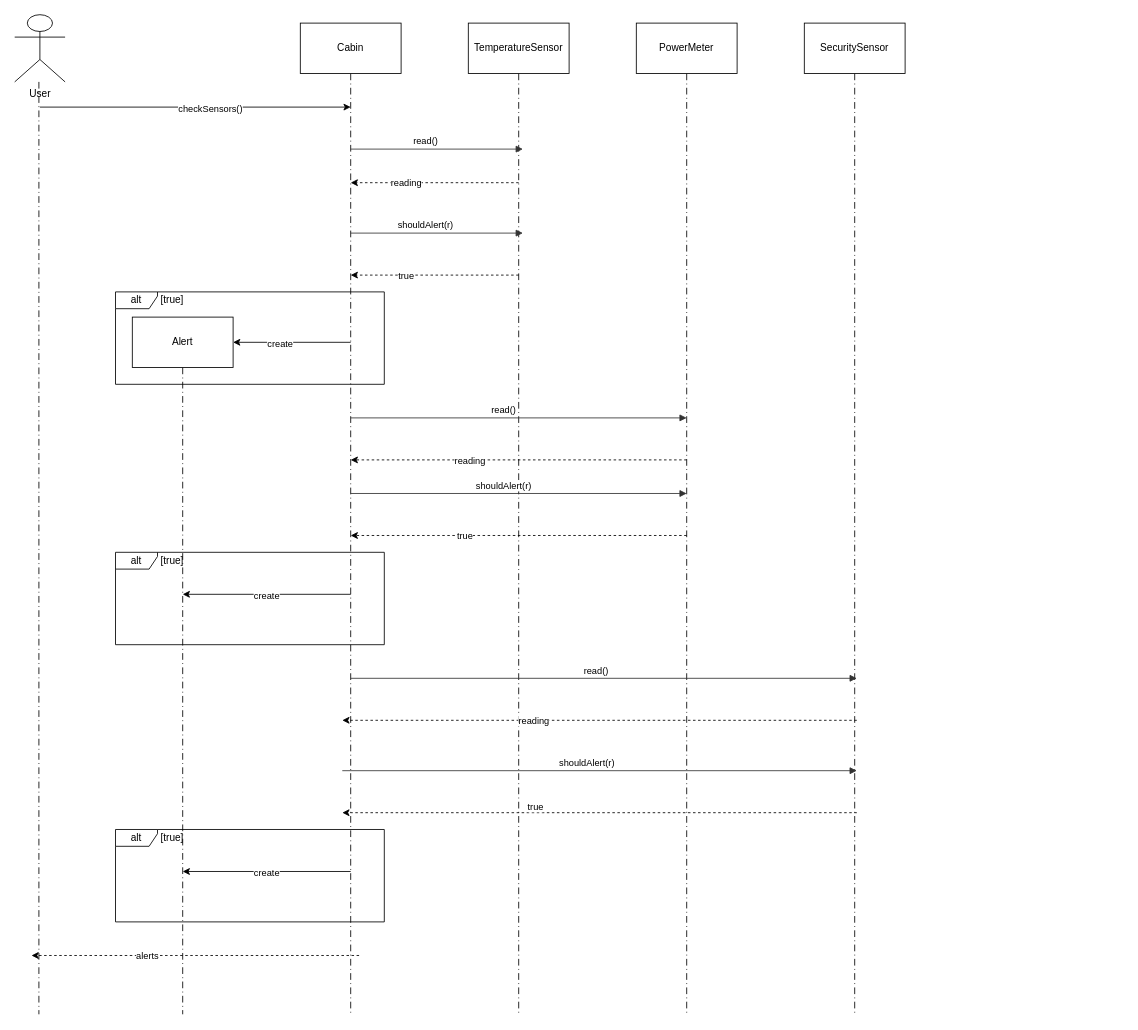
Earlier version of the draw.io diagram project/diagrams/input/Sequence_diagram.drawio (Sergiu-Sturza/Assignment-1-Model-first-AI-second). Source tidied: cells renumbered, new cells numbered last; positions are measured from the earlier drawing's top-left corner, leaving out a move shared by most shapes. Both pictures are drawn from the tidied source at 84%, with x=0, y=0 at pixel (14, 14).
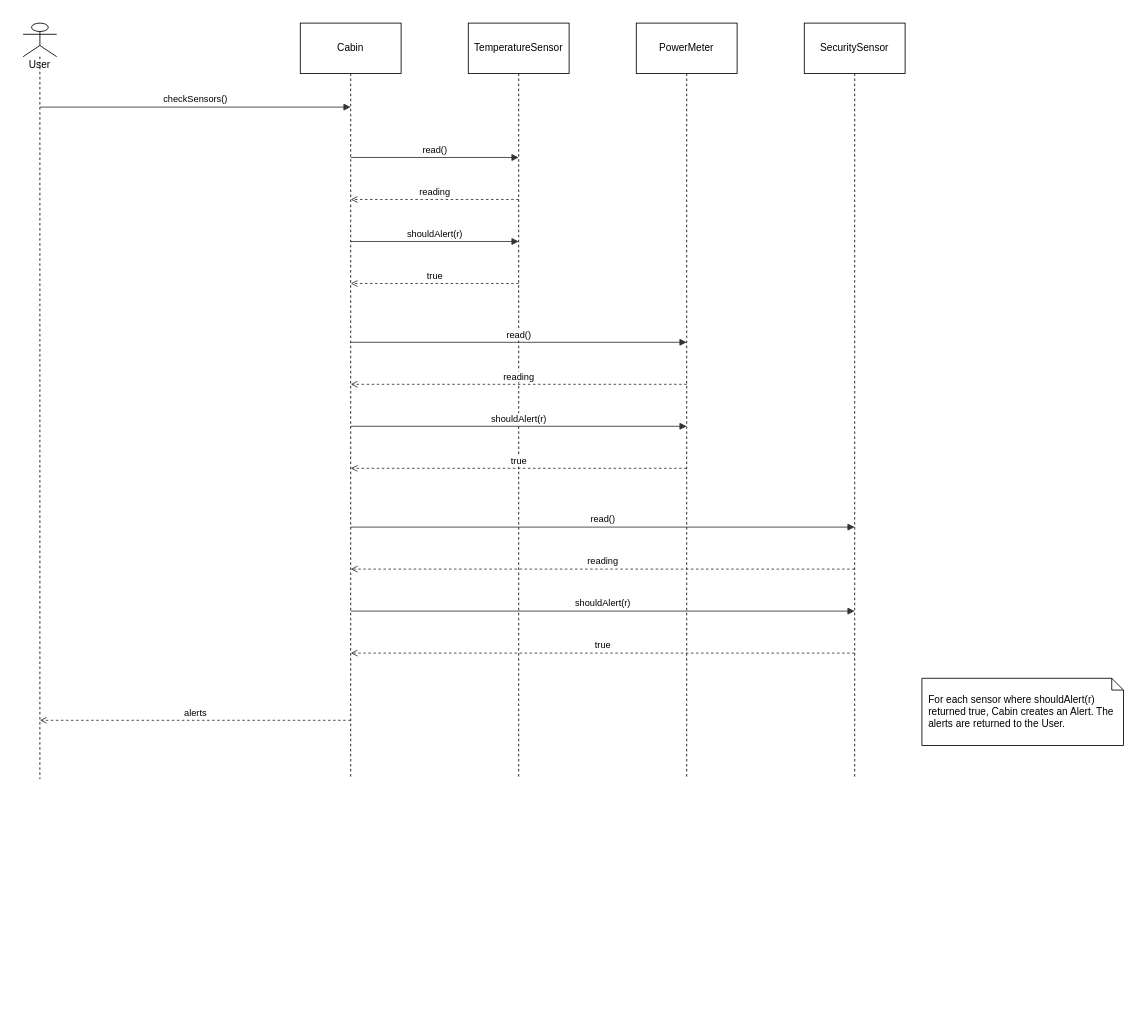
The same diagram, later.

Commit message (it also covers changes not shown here):
Activity and sequence diagrams updated to reflect new system architecture and workflow.

Change to the diagram source:
```diff
@@
-    <mxCell id="2" value="User" style="shape=umlActor;verticalLabelPosition=bottom;verticalAlign=top;html=1;outlineConnect=0;" parent="1" vertex="1">
-      <mxGeometry width="60" height="80" as="geometry" />
+    <mxCell id="2" value="User" style="shape=umlLifeline;participant=umlActor;perimeter=lifelinePerimeter;whiteSpace=wrap;html=1;verticalAlign=top;spacingTop=36;outlineConnect=0;" parent="1" vertex="1">
+      <mxGeometry x="10" y="10" width="40" height="900" as="geometry" />
     </mxCell>
-    <mxCell id="3" style="edgeStyle=orthogonalEdgeStyle;rounded=0;jettySize=auto;html=1;fontFamily=Helvetica;fontSize=11;fontColor=default;labelBackgroundColor=default;dashed=1;dashPattern=8 4 1 4;endArrow=none;endFill=0;exitX=0.5;exitY=1;exitDx=0;exitDy=0;" parent="1" edge="1" source="4">
-      <mxGeometry relative="1" as="geometry">
-        <mxPoint x="400" y="1190" as="targetPoint" />
-      </mxGeometry>
-    </mxCell>
-    <mxCell id="4" value="Cabin" style="rounded=0;whiteSpace=wrap;html=1;" parent="1" vertex="1">
-      <mxGeometry x="340" y="10" width="120" height="60" as="geometry" />
+    <mxCell id="4" value="Cabin" style="shape=umlLifeline;perimeter=lifelinePerimeter;whiteSpace=wrap;html=1;outlineConnect=0;size=60;" parent="1" vertex="1">
+      <mxGeometry x="340" y="10" width="120" height="900" as="geometry" />
     </mxCell>
-    <mxCell id="5" style="edgeStyle=orthogonalEdgeStyle;rounded=0;jettySize=auto;html=1;exitX=0.5;exitY=1;exitDx=0;exitDy=0;fontFamily=Helvetica;fontSize=11;fontColor=default;labelBackgroundColor=default;dashed=1;dashPattern=8 4 1 4;endArrow=none;endFill=0;" parent="1" edge="1" source="6">
-      <mxGeometry relative="1" as="geometry">
-        <mxPoint x="600" y="1190" as="targetPoint" />
-      </mxGeometry>
-    </mxCell>
-    <mxCell id="6" value="TemperatureS&lt;span style=&quot;background-color: transparent; color: light-dark(rgb(0, 0, 0), rgb(255, 255, 255));&quot;&gt;ensor&lt;/span&gt;" style="rounded=0;whiteSpace=wrap;html=1;" parent="1" vertex="1">
-      <mxGeometry x="540" y="10" width="120" height="60" as="geometry" />
-    </mxCell>
-    <mxCell id="7" style="edgeStyle=orthogonalEdgeStyle;rounded=0;jettySize=auto;html=1;exitX=0.5;exitY=1;exitDx=0;exitDy=0;fontFamily=Helvetica;fontSize=11;fontColor=default;labelBackgroundColor=default;dashed=1;dashPattern=8 4 1 4;endArrow=none;endFill=0;" parent="1" edge="1" source="8">
-      <mxGeometry relative="1" as="geometry">
-        <mxPoint x="800" y="1190" as="targetPoint" />
-      </mxGeometry>
-    </mxCell>
+    <mxCell id="48" value="TemperatureSensor" style="shape=umlLifeline;perimeter=lifelinePerimeter;whiteSpace=wrap;html=1;outlineConnect=0;size=60;" parent="1" vertex="1">
+      <mxGeometry x="540" y="10" width="120" height="900" as="geometry" />
+    </mxCell>
-    <mxCell id="8" value="PowerMeter" style="rounded=0;whiteSpace=wrap;html=1;" parent="1" vertex="1">
-      <mxGeometry x="740" y="10" width="120" height="60" as="geometry" />
+    <mxCell id="8" value="PowerMeter" style="shape=umlLifeline;perimeter=lifelinePerimeter;whiteSpace=wrap;html=1;outlineConnect=0;size=60;" parent="1" vertex="1">
+      <mxGeometry x="740" y="10" width="120" height="900" as="geometry" />
     </mxCell>
-    <mxCell id="9" style="edgeStyle=orthogonalEdgeStyle;rounded=0;jettySize=auto;html=1;exitX=0.5;exitY=1;exitDx=0;exitDy=0;fontFamily=Helvetica;fontSize=11;fontColor=default;labelBackgroundColor=default;dashed=1;dashPattern=8 4 1 4;endArrow=none;endFill=0;" parent="1" edge="1" source="10">
-      <mxGeometry relative="1" as="geometry">
-        <mxPoint x="1000" y="1190" as="targetPoint" />
-      </mxGeometry>
-    </mxCell>
-    <mxCell id="10" value="SecurityS&lt;span style=&quot;background-color: transparent; color: light-dark(rgb(0, 0, 0), rgb(255, 255, 255));&quot;&gt;ensor&lt;/span&gt;" style="rounded=0;whiteSpace=wrap;html=1;" parent="1" vertex="1">
-      <mxGeometry x="940" y="10" width="120" height="60" as="geometry" />
-    </mxCell>
-    <mxCell id="11" value="read()" style="html=1;verticalAlign=bottom;endArrow=block;rounded=0;entryX=0.5;entryY=0.141;entryDx=0;entryDy=0;strokeColor=#333333;" parent="1" edge="1">
-      <mxGeometry x="-0.13" relative="1" as="geometry">
-        <mxPoint x="400" y="160" as="sourcePoint" />
-        <mxPoint x="605" y="160" as="targetPoint" />
-      </mxGeometry>
-    </mxCell>
-    <mxCell id="12" style="edgeStyle=orthogonalEdgeStyle;rounded=0;orthogonalLoop=1;jettySize=auto;html=1;exitX=0.5;exitY=1;exitDx=0;exitDy=0;fontFamily=Helvetica;fontSize=11;fontColor=default;labelBackgroundColor=default;dashed=1;dashPattern=8 4 1 4;endArrow=none;endFill=0;" parent="1" edge="1">
-      <mxGeometry relative="1" as="geometry">
-        <mxPoint x="28.8" y="80" as="sourcePoint" />
-        <mxPoint x="28.8" y="1190" as="targetPoint" />
-      </mxGeometry>
-    </mxCell>
-    <mxCell id="13" style="edgeStyle=orthogonalEdgeStyle;rounded=0;jettySize=auto;html=1;fontFamily=Helvetica;fontSize=11;fontColor=default;labelBackgroundColor=default;dashed=1;endArrow=none;endFill=0;dashPattern=8 4 1 4;exitX=0.5;exitY=1;exitDx=0;exitDy=0;" parent="1" edge="1" source="14">
-      <mxGeometry relative="1" as="geometry">
-        <mxPoint x="200" y="1190" as="targetPoint" />
-      </mxGeometry>
-    </mxCell>
-    <mxCell id="14" value="Alert" style="rounded=0;whiteSpace=wrap;html=1;" parent="1" vertex="1">
-      <mxGeometry x="140" y="360" width="120" height="60" as="geometry" />
-    </mxCell>
-    <mxCell id="15" style="endArrow=classic;html=1;rounded=0;fontFamily=Helvetica;fontSize=11;fontColor=default;labelBackgroundColor=default;dashed=1;" parent="1" edge="1">
-      <mxGeometry relative="1" as="geometry">
-        <mxPoint x="600" y="200" as="sourcePoint" />
-        <mxPoint x="400" y="200" as="targetPoint" />
-      </mxGeometry>
-    </mxCell>
-    <mxCell id="16" value="reading" style="edgeLabel;html=1;align=center;verticalAlign=middle;fontFamily=Helvetica;fontSize=11;fontColor=default;labelBackgroundColor=default;" parent="15" vertex="1">
-      <mxGeometry x="0.36" relative="1" as="geometry">
-        <mxPoint x="1" as="offset" />
-      </mxGeometry>
-    </mxCell>
-    <mxCell id="17" style="endArrow=classic;html=1;rounded=0;fontFamily=Helvetica;fontSize=11;fontColor=default;labelBackgroundColor=default;dashed=1;" parent="1" edge="1">
-      <mxGeometry relative="1" as="geometry">
-        <mxPoint x="600" y="310" as="sourcePoint" />
-        <mxPoint x="400" y="310" as="targetPoint" />
-      </mxGeometry>
-    </mxCell>
-    <mxCell id="18" value="true" style="edgeLabel;html=1;align=center;verticalAlign=middle;fontFamily=Helvetica;fontSize=11;fontColor=default;labelBackgroundColor=default;" parent="17" vertex="1">
-      <mxGeometry x="0.36" relative="1" as="geometry">
-        <mxPoint x="1" as="offset" />
-      </mxGeometry>
-    </mxCell>
-    <mxCell id="19" value="shouldAlert(r)" style="html=1;verticalAlign=bottom;endArrow=block;rounded=0;entryX=0.5;entryY=0.141;entryDx=0;entryDy=0;strokeColor=#333333;" parent="1" edge="1">
-      <mxGeometry x="-0.13" relative="1" as="geometry">
-        <mxPoint x="400" y="260" as="sourcePoint" />
-        <mxPoint x="605" y="260" as="targetPoint" />
-      </mxGeometry>
-    </mxCell>
-    <mxCell id="20" value="read()" style="html=1;verticalAlign=bottom;endArrow=block;rounded=0;strokeColor=#333333;" parent="1" edge="1">
-      <mxGeometry x="-0.09" relative="1" as="geometry">
-        <mxPoint x="400" y="480" as="sourcePoint" />
-        <mxPoint x="800" y="480" as="targetPoint" />
-      </mxGeometry>
-    </mxCell>
-    <mxCell id="21" style="endArrow=classic;html=1;rounded=0;fontFamily=Helvetica;fontSize=11;fontColor=default;labelBackgroundColor=default;dashed=1;" parent="1" edge="1">
-      <mxGeometry relative="1" as="geometry">
-        <mxPoint x="800" y="530" as="sourcePoint" />
-        <mxPoint x="400" y="530" as="targetPoint" />
-      </mxGeometry>
-    </mxCell>
-    <mxCell id="22" value="reading" style="edgeLabel;html=1;align=center;verticalAlign=middle;fontFamily=Helvetica;fontSize=11;fontColor=default;labelBackgroundColor=default;" parent="21" vertex="1">
-      <mxGeometry x="0.3" relative="1" as="geometry">
-        <mxPoint x="1" as="offset" />
-      </mxGeometry>
-    </mxCell>
-    <mxCell id="23" style="endArrow=classic;html=1;rounded=0;fontFamily=Helvetica;fontSize=11;fontColor=default;labelBackgroundColor=default;dashed=1;" parent="1" edge="1">
-      <mxGeometry relative="1" as="geometry">
-        <mxPoint x="800" y="620" as="sourcePoint" />
-        <mxPoint x="400" y="620" as="targetPoint" />
-      </mxGeometry>
-    </mxCell>
-    <mxCell id="24" value="true" style="edgeLabel;html=1;align=center;verticalAlign=middle;fontFamily=Helvetica;fontSize=11;fontColor=default;labelBackgroundColor=default;" parent="23" vertex="1">
-      <mxGeometry x="0.33" relative="1" as="geometry">
-        <mxPoint x="1" as="offset" />
-      </mxGeometry>
-    </mxCell>
-    <mxCell id="25" value="shouldAlert(r)" style="html=1;verticalAlign=bottom;endArrow=block;rounded=0;strokeColor=#333333;" parent="1" edge="1">
-      <mxGeometry x="-0.09" relative="1" as="geometry">
-        <mxPoint x="400" y="570" as="sourcePoint" />
-        <mxPoint x="800" y="570" as="targetPoint" />
-      </mxGeometry>
-    </mxCell>
-    <mxCell id="26" value="read()" style="html=1;verticalAlign=bottom;endArrow=block;rounded=0;strokeColor=#333333;" parent="1" edge="1">
-      <mxGeometry x="-0.03" relative="1" as="geometry">
-        <mxPoint x="400" y="790" as="sourcePoint" />
-        <mxPoint x="1002.5" y="790" as="targetPoint" />
-      </mxGeometry>
-    </mxCell>
-    <mxCell id="27" style="endArrow=classic;html=1;rounded=0;fontFamily=Helvetica;fontSize=11;fontColor=default;labelBackgroundColor=default;dashed=1;" parent="1" edge="1">
-      <mxGeometry relative="1" as="geometry">
-        <mxPoint x="1002.5" y="840" as="sourcePoint" />
-        <mxPoint x="390" y="840" as="targetPoint" />
-      </mxGeometry>
-    </mxCell>
-    <mxCell id="28" value="reading" style="edgeLabel;html=1;align=center;verticalAlign=middle;fontFamily=Helvetica;fontSize=11;fontColor=default;labelBackgroundColor=default;" parent="27" vertex="1">
-      <mxGeometry x="0.26" relative="1" as="geometry">
-        <mxPoint x="1" as="offset" />
-      </mxGeometry>
-    </mxCell>
-    <mxCell id="29" style="endArrow=classic;html=1;rounded=0;fontFamily=Helvetica;fontSize=11;fontColor=default;labelBackgroundColor=default;dashed=1;" parent="1" edge="1">
-      <mxGeometry relative="1" as="geometry">
-        <mxPoint x="1002.5" y="950" as="sourcePoint" />
-        <mxPoint x="390" y="950" as="targetPoint" />
-      </mxGeometry>
-    </mxCell>
-    <mxCell id="30" value="true" style="edgeLabel;html=1;align=center;verticalAlign=middle;fontFamily=Helvetica;fontSize=11;fontColor=default;labelBackgroundColor=default;" parent="29" vertex="1">
-      <mxGeometry x="0.25" y="-8" relative="1" as="geometry" />
-    </mxCell>
-    <mxCell id="31" value="shouldAlert(r)" style="html=1;verticalAlign=bottom;endArrow=block;rounded=0;strokeColor=#333333;" parent="1" edge="1">
-      <mxGeometry x="-0.05" relative="1" as="geometry">
-        <mxPoint x="390" y="900" as="sourcePoint" />
-        <mxPoint x="1002.5" y="900" as="targetPoint" />
-      </mxGeometry>
-    </mxCell>
-    <mxCell id="32" style="endArrow=classic;html=1;rounded=0;fontFamily=Helvetica;fontSize=11;fontColor=default;labelBackgroundColor=default;" parent="1" edge="1">
-      <mxGeometry relative="1" as="geometry">
-        <mxPoint x="30" y="110" as="sourcePoint" />
-        <mxPoint x="400" y="110" as="targetPoint" />
-      </mxGeometry>
-    </mxCell>
+    <mxCell id="49" value="SecuritySensor" style="shape=umlLifeline;perimeter=lifelinePerimeter;whiteSpace=wrap;html=1;outlineConnect=0;size=60;" parent="1" vertex="1">
+      <mxGeometry x="940" y="10" width="120" height="900" as="geometry" />
+    </mxCell>
-    <mxCell id="33" value="checkSensors()" style="edgeLabel;html=1;align=center;verticalAlign=middle;fontFamily=Helvetica;fontSize=11;fontColor=default;labelBackgroundColor=default;" parent="32" vertex="1">
-      <mxGeometry x="0.09" y="-1" relative="1" as="geometry" />
+    <mxCell id="33" value="checkSensors()" style="html=1;verticalAlign=bottom;rounded=0;strokeColor=#333333;endArrow=block;endFill=1;exitX=0.5;exitY=0.11111;exitDx=0;exitDy=0;exitPerimeter=0;entryX=0.5;entryY=0.11111;entryDx=0;entryDy=0;entryPerimeter=0;" parent="1" edge="1" source="2" target="4">
+      <mxGeometry relative="1" as="geometry" />
     </mxCell>
-    <mxCell id="34" style="endArrow=classic;html=1;rounded=0;fontFamily=Helvetica;fontSize=11;fontColor=default;labelBackgroundColor=default;dashed=1;" parent="1" edge="1">
-      <mxGeometry relative="1" as="geometry">
-        <mxPoint x="410" y="1120" as="sourcePoint" />
-        <mxPoint x="20" y="1120" as="targetPoint" />
-      </mxGeometry>
-    </mxCell>
+    <mxCell id="50" value="read()" style="html=1;verticalAlign=bottom;rounded=0;strokeColor=#333333;endArrow=block;endFill=1;exitX=0.5;exitY=0.17778;exitDx=0;exitDy=0;exitPerimeter=0;entryX=0.5;entryY=0.17778;entryDx=0;entryDy=0;entryPerimeter=0;" parent="1" edge="1" source="4" target="48">
+      <mxGeometry relative="1" as="geometry" />
+    </mxCell>
+    <mxCell id="51" value="reading" style="html=1;verticalAlign=bottom;rounded=0;strokeColor=#333333;endArrow=open;endFill=0;dashed=1;exitX=0.5;exitY=0.23333;exitDx=0;exitDy=0;exitPerimeter=0;entryX=0.5;entryY=0.23333;entryDx=0;entryDy=0;entryPerimeter=0;" parent="1" edge="1" source="48" target="4">
+      <mxGeometry relative="1" as="geometry" />
+    </mxCell>
+    <mxCell id="52" value="shouldAlert(r)" style="html=1;verticalAlign=bottom;rounded=0;strokeColor=#333333;endArrow=block;endFill=1;exitX=0.5;exitY=0.28889;exitDx=0;exitDy=0;exitPerimeter=0;entryX=0.5;entryY=0.28889;entryDx=0;entryDy=0;entryPerimeter=0;" parent="1" edge="1" source="4" target="48">
+      <mxGeometry relative="1" as="geometry" />
+    </mxCell>
+    <mxCell id="53" value="true" style="html=1;verticalAlign=bottom;rounded=0;strokeColor=#333333;endArrow=open;endFill=0;dashed=1;exitX=0.5;exitY=0.34444;exitDx=0;exitDy=0;exitPerimeter=0;entryX=0.5;entryY=0.34444;entryDx=0;entryDy=0;entryPerimeter=0;" parent="1" edge="1" source="48" target="4">
+      <mxGeometry relative="1" as="geometry" />
+    </mxCell>
+    <mxCell id="54" value="read()" style="html=1;verticalAlign=bottom;rounded=0;strokeColor=#333333;endArrow=block;endFill=1;exitX=0.5;exitY=0.42222;exitDx=0;exitDy=0;exitPerimeter=0;entryX=0.5;entryY=0.42222;entryDx=0;entryDy=0;entryPerimeter=0;" parent="1" edge="1" source="4" target="8">
+      <mxGeometry relative="1" as="geometry" />
+    </mxCell>
+    <mxCell id="55" value="reading" style="html=1;verticalAlign=bottom;rounded=0;strokeColor=#333333;endArrow=open;endFill=0;dashed=1;exitX=0.5;exitY=0.47778;exitDx=0;exitDy=0;exitPerimeter=0;entryX=0.5;entryY=0.47778;entryDx=0;entryDy=0;entryPerimeter=0;" parent="1" edge="1" source="8" target="4">
+      <mxGeometry relative="1" as="geometry" />
+    </mxCell>
+    <mxCell id="56" value="shouldAlert(r)" style="html=1;verticalAlign=bottom;rounded=0;strokeColor=#333333;endArrow=block;endFill=1;exitX=0.5;exitY=0.53333;exitDx=0;exitDy=0;exitPerimeter=0;entryX=0.5;entryY=0.53333;entryDx=0;entryDy=0;entryPerimeter=0;" parent="1" edge="1" source="4" target="8">
+      <mxGeometry relative="1" as="geometry" />
+    </mxCell>
+    <mxCell id="57" value="true" style="html=1;verticalAlign=bottom;rounded=0;strokeColor=#333333;endArrow=open;endFill=0;dashed=1;exitX=0.5;exitY=0.58889;exitDx=0;exitDy=0;exitPerimeter=0;entryX=0.5;entryY=0.58889;entryDx=0;entryDy=0;entryPerimeter=0;" parent="1" edge="1" source="8" target="4">
+      <mxGeometry relative="1" as="geometry" />
+    </mxCell>
+    <mxCell id="58" value="read()" style="html=1;verticalAlign=bottom;rounded=0;strokeColor=#333333;endArrow=block;endFill=1;exitX=0.5;exitY=0.66667;exitDx=0;exitDy=0;exitPerimeter=0;entryX=0.5;entryY=0.66667;entryDx=0;entryDy=0;entryPerimeter=0;" parent="1" edge="1" source="4" target="49">
+      <mxGeometry relative="1" as="geometry" />
+    </mxCell>
+    <mxCell id="59" value="reading" style="html=1;verticalAlign=bottom;rounded=0;strokeColor=#333333;endArrow=open;endFill=0;dashed=1;exitX=0.5;exitY=0.72222;exitDx=0;exitDy=0;exitPerimeter=0;entryX=0.5;entryY=0.72222;entryDx=0;entryDy=0;entryPerimeter=0;" parent="1" edge="1" source="49" target="4">
+      <mxGeometry relative="1" as="geometry" />
+    </mxCell>
+    <mxCell id="60" value="shouldAlert(r)" style="html=1;verticalAlign=bottom;rounded=0;strokeColor=#333333;endArrow=block;endFill=1;exitX=0.5;exitY=0.77778;exitDx=0;exitDy=0;exitPerimeter=0;entryX=0.5;entryY=0.77778;entryDx=0;entryDy=0;entryPerimeter=0;" parent="1" edge="1" source="4" target="49">
+      <mxGeometry relative="1" as="geometry" />
+    </mxCell>
+    <mxCell id="61" value="true" style="html=1;verticalAlign=bottom;rounded=0;strokeColor=#333333;endArrow=open;endFill=0;dashed=1;exitX=0.5;exitY=0.83333;exitDx=0;exitDy=0;exitPerimeter=0;entryX=0.5;entryY=0.83333;entryDx=0;entryDy=0;entryPerimeter=0;" parent="1" edge="1" source="49" target="4">
+      <mxGeometry relative="1" as="geometry" />
+    </mxCell>
-    <mxCell id="35" value="alerts" style="edgeLabel;html=1;align=center;verticalAlign=middle;fontFamily=Helvetica;fontSize=11;fontColor=default;labelBackgroundColor=default;" parent="34" vertex="1">
-      <mxGeometry x="0.3" relative="1" as="geometry">
-        <mxPoint x="1" as="offset" />
-      </mxGeometry>
+    <mxCell id="35" value="alerts" style="html=1;verticalAlign=bottom;rounded=0;strokeColor=#333333;endArrow=open;endFill=0;dashed=1;exitX=0.5;exitY=0.92222;exitDx=0;exitDy=0;exitPerimeter=0;entryX=0.5;entryY=0.92222;entryDx=0;entryDy=0;entryPerimeter=0;" parent="1" edge="1" source="4" target="2">
+      <mxGeometry relative="1" as="geometry" />
     </mxCell>
-    <mxCell id="36" style="endArrow=classic;html=1;rounded=0;fontFamily=Helvetica;fontSize=11;fontColor=default;labelBackgroundColor=default;entryX=1;entryY=0.5;entryDx=0;entryDy=0;" parent="1" edge="1" target="14">
-      <mxGeometry relative="1" as="geometry">
-        <mxPoint x="400" y="390" as="sourcePoint" />
-      </mxGeometry>
-    </mxCell>
-    <mxCell id="37" value="create" style="edgeLabel;html=1;align=center;verticalAlign=middle;fontFamily=Helvetica;fontSize=11;fontColor=default;labelBackgroundColor=default;" parent="36" vertex="1">
-      <mxGeometry x="0.22" y="1" relative="1" as="geometry" />
-    </mxCell>
-    <mxCell id="38" value="alt" style="shape=umlFrame;whiteSpace=wrap;html=1;width=50;height=20;" parent="1" vertex="1">
-      <mxGeometry x="120" y="330" width="320" height="110" as="geometry" />
-    </mxCell>
-    <mxCell id="39" value="[true]" style="text;html=1;align=left;verticalAlign=middle;" parent="1" vertex="1">
-      <mxGeometry x="172" y="330" width="60" height="20" as="geometry" />
-    </mxCell>
-    <mxCell id="40" value="alt" style="shape=umlFrame;whiteSpace=wrap;html=1;width=50;height=20;" parent="1" vertex="1">
-      <mxGeometry x="120" y="640" width="320" height="110" as="geometry" />
-    </mxCell>
-    <mxCell id="41" value="[true]" style="text;html=1;align=left;verticalAlign=middle;" parent="1" vertex="1">
-      <mxGeometry x="172" y="640" width="60" height="20" as="geometry" />
-    </mxCell>
-    <mxCell id="42" style="endArrow=classic;html=1;rounded=0;fontFamily=Helvetica;fontSize=11;fontColor=default;labelBackgroundColor=default;" parent="1" edge="1">
-      <mxGeometry relative="1" as="geometry">
-        <mxPoint x="400" y="690" as="sourcePoint" />
-        <mxPoint x="200" y="690" as="targetPoint" />
-      </mxGeometry>
-    </mxCell>
-    <mxCell id="43" value="create" style="edgeLabel;html=1;align=center;verticalAlign=middle;fontFamily=Helvetica;fontSize=11;fontColor=default;labelBackgroundColor=default;" parent="42" vertex="1">
-      <mxGeometry x="0.01" y="1" relative="1" as="geometry" />
-    </mxCell>
-    <mxCell id="44" value="alt" style="shape=umlFrame;whiteSpace=wrap;html=1;width=50;height=20;" parent="1" vertex="1">
-      <mxGeometry x="120" y="970" width="320" height="110" as="geometry" />
-    </mxCell>
-    <mxCell id="45" value="[true]" style="text;html=1;align=left;verticalAlign=middle;" parent="1" vertex="1">
-      <mxGeometry x="172" y="970" width="60" height="20" as="geometry" />
-    </mxCell>
-    <mxCell id="46" style="endArrow=classic;html=1;rounded=0;fontFamily=Helvetica;fontSize=11;fontColor=default;labelBackgroundColor=default;" parent="1" edge="1">
-      <mxGeometry relative="1" as="geometry">
-        <mxPoint x="400" y="1020" as="sourcePoint" />
-        <mxPoint x="200" y="1020" as="targetPoint" />
-      </mxGeometry>
-    </mxCell>
-    <mxCell id="47" value="create" style="edgeLabel;html=1;align=center;verticalAlign=middle;fontFamily=Helvetica;fontSize=11;fontColor=default;labelBackgroundColor=default;" parent="46" vertex="1">
-      <mxGeometry x="0.01" y="1" relative="1" as="geometry" />
-    </mxCell>
+    <mxCell id="62" value="For each sensor where shouldAlert(r) returned true, Cabin creates an Alert. The alerts are returned to the User." style="shape=note;whiteSpace=wrap;html=1;size=14;align=left;spacingLeft=6;" parent="1" vertex="1">
+      <mxGeometry x="1080" y="790" width="240" height="80" as="geometry" />
+    </mxCell>
```
